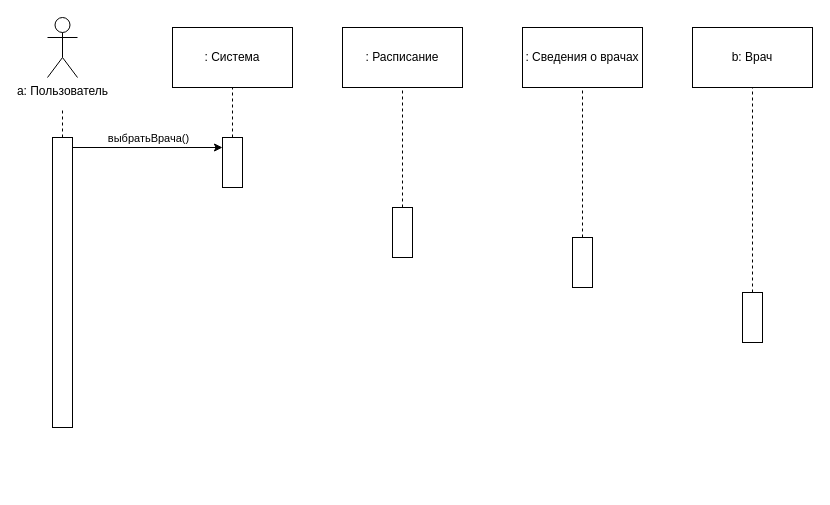
This is acms4_3.drawio from v-tempe/draw.io, a draw.io file, before an edit. Source tidied: cells renumbered, new cells numbered last; positions are measured from the earlier drawing's top-left corner, leaving out a move shared by most shapes. Both pictures are drawn from the tidied source at 100%, with x=0, y=0 at pixel (47, 17).
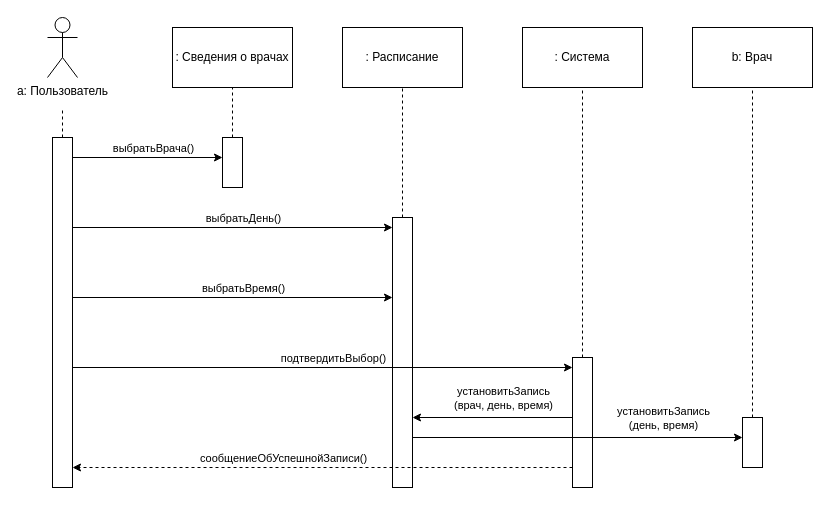
Above is the later version.

The edit, as a diff of the source:
```diff
@@
     <mxCell id="3" value=": Система" style="rounded=0;whiteSpace=wrap;html=1;" parent="1" vertex="1">
-      <mxGeometry x="125" y="10" width="120" height="60" as="geometry" />
+      <mxGeometry x="475" y="10" width="120" height="60" as="geometry" />
     </mxCell>
@@
     <mxCell id="5" value=": Сведения о врачах" style="rounded=0;whiteSpace=wrap;html=1;" parent="1" vertex="1">
-      <mxGeometry x="475" y="10" width="120" height="60" as="geometry" />
+      <mxGeometry x="125" y="10" width="120" height="60" as="geometry" />
     </mxCell>
     <mxCell id="6" style="rounded=0;whiteSpace=wrap;html=1;" parent="1" vertex="1">
-      <mxGeometry x="5" y="120" width="20" height="290" as="geometry" />
+      <mxGeometry x="5" y="120" width="20" height="350" as="geometry" />
     </mxCell>
@@
     <mxCell id="8" style="rounded=0;whiteSpace=wrap;html=1;" parent="1" vertex="1">
-      <mxGeometry x="175" y="120" width="20" height="50" as="geometry" />
+      <mxGeometry x="525" y="340" width="20" height="130" as="geometry" />
     </mxCell>
     <mxCell id="9" style="endArrow=classic;html=1;rounded=0;" parent="1" edge="1">
       <mxGeometry relative="1" as="geometry">
-        <mxPoint x="25" y="130" as="sourcePoint" />
-        <mxPoint x="175" y="130" as="targetPoint" />
+        <mxPoint x="25" y="140" as="sourcePoint" />
+        <mxPoint x="175" y="140" as="targetPoint" />
       </mxGeometry>
     </mxCell>
     <mxCell id="10" value="выбратьВрача()" style="edgeLabel;html=1;align=center;verticalAlign=middle;" parent="9" vertex="1">
       <mxGeometry relative="1" as="geometry">
-        <mxPoint y="-10" as="offset" />
+        <mxPoint x="5" y="-10" as="offset" />
       </mxGeometry>
     </mxCell>
@@
     <mxCell id="12" style="rounded=0;whiteSpace=wrap;html=1;" parent="1" vertex="1">
-      <mxGeometry x="345" y="190" width="20" height="50" as="geometry" />
+      <mxGeometry x="345" y="200" width="20" height="270" as="geometry" />
     </mxCell>
     <mxCell id="13" style="rounded=0;whiteSpace=wrap;html=1;" parent="1" vertex="1">
-      <mxGeometry x="525" y="220" width="20" height="50" as="geometry" />
+      <mxGeometry x="175" y="120" width="20" height="50" as="geometry" />
     </mxCell>
@@
     <mxCell id="17" style="rounded=0;whiteSpace=wrap;html=1;" parent="1" vertex="1">
-      <mxGeometry x="695" y="275" width="20" height="50" as="geometry" />
+      <mxGeometry x="695" y="400" width="20" height="50" as="geometry" />
     </mxCell>
@@
+    <mxCell id="19" style="endArrow=classic;html=1;rounded=0;" parent="1" edge="1">
+      <mxGeometry relative="1" as="geometry">
+        <mxPoint x="25" y="210" as="sourcePoint" />
+        <mxPoint x="345" y="210" as="targetPoint" />
+      </mxGeometry>
+    </mxCell>
+    <mxCell id="20" value="выбратьДень()" style="edgeLabel;html=1;align=center;verticalAlign=middle;" parent="19" vertex="1">
+      <mxGeometry relative="1" as="geometry">
+        <mxPoint x="10" y="-10" as="offset" />
+      </mxGeometry>
+    </mxCell>
+    <mxCell id="21" style="endArrow=classic;html=1;rounded=0;" parent="1" edge="1">
+      <mxGeometry relative="1" as="geometry">
+        <mxPoint x="25" y="280" as="sourcePoint" />
+        <mxPoint x="345" y="280" as="targetPoint" />
+      </mxGeometry>
+    </mxCell>
+    <mxCell id="22" value="выбратьВремя()" style="edgeLabel;html=1;align=center;verticalAlign=middle;" parent="21" vertex="1">
+      <mxGeometry relative="1" as="geometry">
+        <mxPoint x="10" y="-10" as="offset" />
+      </mxGeometry>
+    </mxCell>
+    <mxCell id="23" style="endArrow=classic;html=1;rounded=0;" parent="1" edge="1">
+      <mxGeometry relative="1" as="geometry">
+        <mxPoint x="25" y="350" as="sourcePoint" />
+        <mxPoint x="525" y="350" as="targetPoint" />
+      </mxGeometry>
+    </mxCell>
+    <mxCell id="24" value="подтвердитьВыбор()" style="edgeLabel;html=1;align=center;verticalAlign=middle;" parent="23" vertex="1">
+      <mxGeometry relative="1" as="geometry">
+        <mxPoint x="10" y="-10" as="offset" />
+      </mxGeometry>
+    </mxCell>
+    <mxCell id="25" style="endArrow=classic;dashed=1;html=1;rounded=0;endFill=1;" parent="1" edge="1">
+      <mxGeometry relative="1" as="geometry">
+        <mxPoint x="525" y="450" as="sourcePoint" />
+        <mxPoint x="25" y="450" as="targetPoint" />
+      </mxGeometry>
+    </mxCell>
+    <mxCell id="26" value="сообщениеОбУспешнойЗаписи()" style="edgeLabel;html=1;align=center;verticalAlign=middle;" parent="25" vertex="1">
+      <mxGeometry x="0.07" y="-2" relative="1" as="geometry">
+        <mxPoint x="-22" y="-8" as="offset" />
+      </mxGeometry>
+    </mxCell>
+    <mxCell id="27" style="endArrow=classic;html=1;rounded=0;" parent="1" edge="1">
+      <mxGeometry relative="1" as="geometry">
+        <mxPoint x="525" y="400" as="sourcePoint" />
+        <mxPoint x="365" y="400" as="targetPoint" />
+      </mxGeometry>
+    </mxCell>
+    <mxCell id="28" value="&lt;div&gt;установитьЗапись&lt;/div&gt;&lt;div&gt;(врач, день, время)&lt;/div&gt;" style="edgeLabel;html=1;align=center;verticalAlign=middle;" parent="27" vertex="1">
+      <mxGeometry relative="1" as="geometry">
+        <mxPoint x="10" y="-20" as="offset" />
+      </mxGeometry>
+    </mxCell>
+    <mxCell id="29" style="endArrow=classic;html=1;rounded=0;" parent="1" edge="1">
+      <mxGeometry relative="1" as="geometry">
+        <mxPoint x="365" y="420" as="sourcePoint" />
+        <mxPoint x="695" y="420" as="targetPoint" />
+      </mxGeometry>
+    </mxCell>
+    <mxCell id="30" value="&lt;div&gt;установитьЗапись&lt;/div&gt;&lt;div&gt;(день, время)&lt;/div&gt;" style="edgeLabel;html=1;align=center;verticalAlign=middle;" parent="29" vertex="1">
+      <mxGeometry relative="1" as="geometry">
+        <mxPoint x="85" y="-20" as="offset" />
+      </mxGeometry>
+    </mxCell>
```
